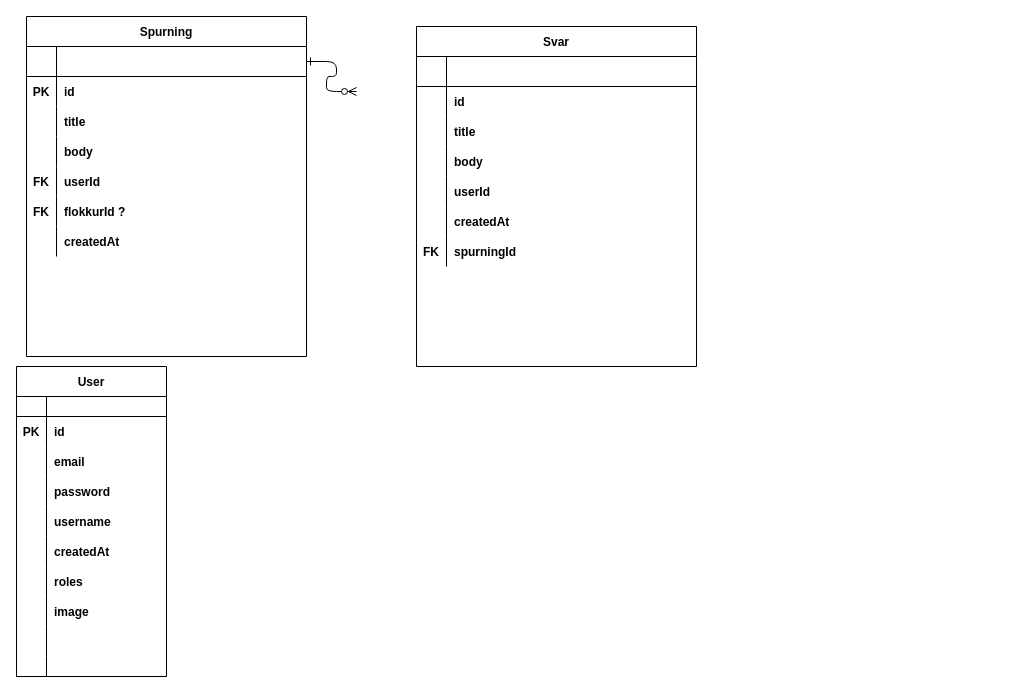
Before: Untitled Diagram.drawio in ivamtra/idordaverkefni, a draw.io diagram. Source tidied: cells renumbered, new cells numbered last; positions are measured from the earlier drawing's top-left corner, leaving out a move shared by most shapes. Both pictures are drawn from the tidied source at 100%, with x=0, y=0 at pixel (16, 16).
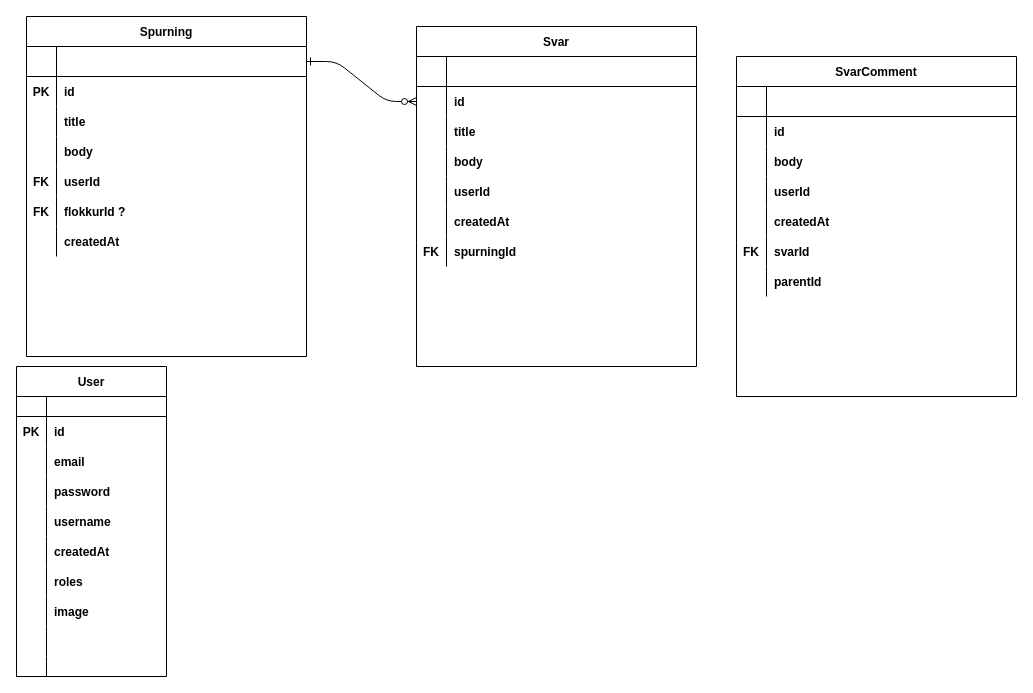
Above is the later version.

Unchanged cells that the change refers to:
```xml
<mxCell id="4" style="shape=partialRectangle;fillColor=none;points=[[0,0.5],[1,0.5]];portConstraint=eastwest;top=0;left=0;right=0;bottom=1;" parent="3" vertex="1">
  <mxGeometry y="30" width="280" height="30" as="geometry" />
</mxCell>
<mxCell id="60" style="shape=partialRectangle;fillColor=none;points=[[0,0.5],[1,0.5]];portConstraint=eastwest;top=0;left=0;right=0;bottom=0;" parent="56" vertex="1">
  <mxGeometry y="60" width="280" height="30" as="geometry" />
</mxCell>
```

Change to the diagram source:
```diff
@@
-    <mxCell id="2" style="edgeStyle=entityRelationEdgeStyle;endArrow=ERzeroToMany;startArrow=ERone;endFill=1;startFill=0;" parent="1" edge="1" source="4">
-      <mxGeometry relative="1" as="geometry">
-        <mxPoint x="340" y="75" as="targetPoint" />
-      </mxGeometry>
+    <mxCell id="2" style="edgeStyle=entityRelationEdgeStyle;endArrow=ERzeroToMany;startArrow=ERone;endFill=1;startFill=0;entryX=0;entryY=0.5;entryDx=0;entryDy=0;" parent="1" edge="1" source="4" target="60">
+      <mxGeometry relative="1" as="geometry" />
     </mxCell>
@@
+    <mxCell id="78" value="SvarComment" style="shape=table;startSize=30;childLayout=tableLayout;rowLines=0;fontStyle=1;align=center;" parent="1" vertex="1">
+      <mxGeometry x="720" y="40" width="280" height="340" as="geometry" />
+    </mxCell>
+    <mxCell id="79" style="shape=partialRectangle;fillColor=none;top=0;left=0;right=0;bottom=1;" parent="78" vertex="1">
+      <mxGeometry y="30" width="280" height="30" as="geometry" />
+    </mxCell>
+    <mxCell id="80" style="shape=partialRectangle;overflow=hidden;fillColor=none;top=0;left=0;bottom=0;right=0;fontStyle=1;" parent="79" vertex="1">
+      <mxGeometry width="30" height="30" as="geometry" />
+    </mxCell>
+    <mxCell id="81" style="shape=partialRectangle;overflow=hidden;fillColor=none;top=0;left=0;bottom=0;right=0;align=left;spacingLeft=6;fontStyle=5;" parent="79" vertex="1">
+      <mxGeometry x="30" width="250" height="30" as="geometry" />
+    </mxCell>
+    <mxCell id="82" style="shape=partialRectangle;fillColor=none;top=0;left=0;right=0;bottom=0;" parent="78" vertex="1">
+      <mxGeometry y="60" width="280" height="30" as="geometry" />
+    </mxCell>
+    <mxCell id="83" style="shape=partialRectangle;overflow=hidden;fillColor=none;top=0;left=0;bottom=0;right=0;" parent="82" vertex="1">
+      <mxGeometry width="30" height="30" as="geometry" />
+    </mxCell>
+    <mxCell id="84" value="id" style="shape=partialRectangle;overflow=hidden;fillColor=none;top=0;left=0;bottom=0;right=0;align=left;spacingLeft=6;fontStyle=1;" parent="82" vertex="1">
+      <mxGeometry x="30" width="250" height="30" as="geometry" />
+    </mxCell>
+    <mxCell id="85" style="shape=partialRectangle;fillColor=none;top=0;left=0;right=0;bottom=0;" parent="78" vertex="1">
+      <mxGeometry y="90" width="280" height="30" as="geometry" />
+    </mxCell>
+    <mxCell id="86" style="shape=partialRectangle;overflow=hidden;fillColor=none;top=0;left=0;bottom=0;right=0;" parent="85" vertex="1">
+      <mxGeometry width="30" height="30" as="geometry" />
+    </mxCell>
+    <mxCell id="87" value="body" style="shape=partialRectangle;overflow=hidden;fillColor=none;top=0;left=0;bottom=0;right=0;align=left;spacingLeft=6;fontStyle=1;" parent="85" vertex="1">
+      <mxGeometry x="30" width="250" height="30" as="geometry" />
+    </mxCell>
+    <mxCell id="88" style="shape=partialRectangle;fillColor=none;top=0;left=0;right=0;bottom=0;" parent="78" vertex="1">
+      <mxGeometry y="120" width="280" height="30" as="geometry" />
+    </mxCell>
+    <mxCell id="89" style="shape=partialRectangle;overflow=hidden;fillColor=none;top=0;left=0;bottom=0;right=0;" parent="88" vertex="1">
+      <mxGeometry width="30" height="30" as="geometry" />
+    </mxCell>
+    <mxCell id="90" value="userId" style="shape=partialRectangle;overflow=hidden;fillColor=none;top=0;left=0;bottom=0;right=0;align=left;spacingLeft=6;fontStyle=1;" parent="88" vertex="1">
+      <mxGeometry x="30" width="250" height="30" as="geometry" />
+    </mxCell>
+    <mxCell id="91" style="shape=partialRectangle;fillColor=none;top=0;left=0;right=0;bottom=0;" parent="78" vertex="1">
+      <mxGeometry y="150" width="280" height="30" as="geometry" />
+    </mxCell>
+    <mxCell id="92" style="shape=partialRectangle;overflow=hidden;fillColor=none;top=0;left=0;bottom=0;right=0;" parent="91" vertex="1">
+      <mxGeometry width="30" height="30" as="geometry" />
+    </mxCell>
+    <mxCell id="93" value="createdAt" style="shape=partialRectangle;overflow=hidden;fillColor=none;top=0;left=0;bottom=0;right=0;align=left;spacingLeft=6;fontStyle=1;" parent="91" vertex="1">
+      <mxGeometry x="30" width="250" height="30" as="geometry" />
+    </mxCell>
+    <mxCell id="94" style="shape=partialRectangle;fillColor=none;top=0;left=0;right=0;bottom=0;" parent="78" vertex="1">
+      <mxGeometry y="180" width="280" height="30" as="geometry" />
+    </mxCell>
+    <mxCell id="95" value="FK" style="shape=partialRectangle;overflow=hidden;fillColor=none;top=0;left=0;bottom=0;right=0;fontStyle=1;" parent="94" vertex="1">
+      <mxGeometry width="30" height="30" as="geometry" />
+    </mxCell>
+    <mxCell id="96" value="svarId" style="shape=partialRectangle;overflow=hidden;fillColor=none;top=0;left=0;bottom=0;right=0;align=left;spacingLeft=6;fontStyle=1;" parent="94" vertex="1">
+      <mxGeometry x="30" width="250" height="30" as="geometry" />
+    </mxCell>
+    <mxCell id="97" style="shape=partialRectangle;fillColor=none;top=0;left=0;right=0;bottom=0;" parent="78" vertex="1">
+      <mxGeometry y="210" width="280" height="30" as="geometry" />
+    </mxCell>
+    <mxCell id="98" style="shape=partialRectangle;overflow=hidden;fillColor=none;top=0;left=0;bottom=0;right=0;fontStyle=1;" parent="97" vertex="1">
+      <mxGeometry width="30" height="30" as="geometry" />
+    </mxCell>
+    <mxCell id="99" value="parentId" style="shape=partialRectangle;overflow=hidden;fillColor=none;top=0;left=0;bottom=0;right=0;align=left;spacingLeft=6;fontStyle=1;" parent="97" vertex="1">
+      <mxGeometry x="30" width="250" height="30" as="geometry" />
+    </mxCell>
```
